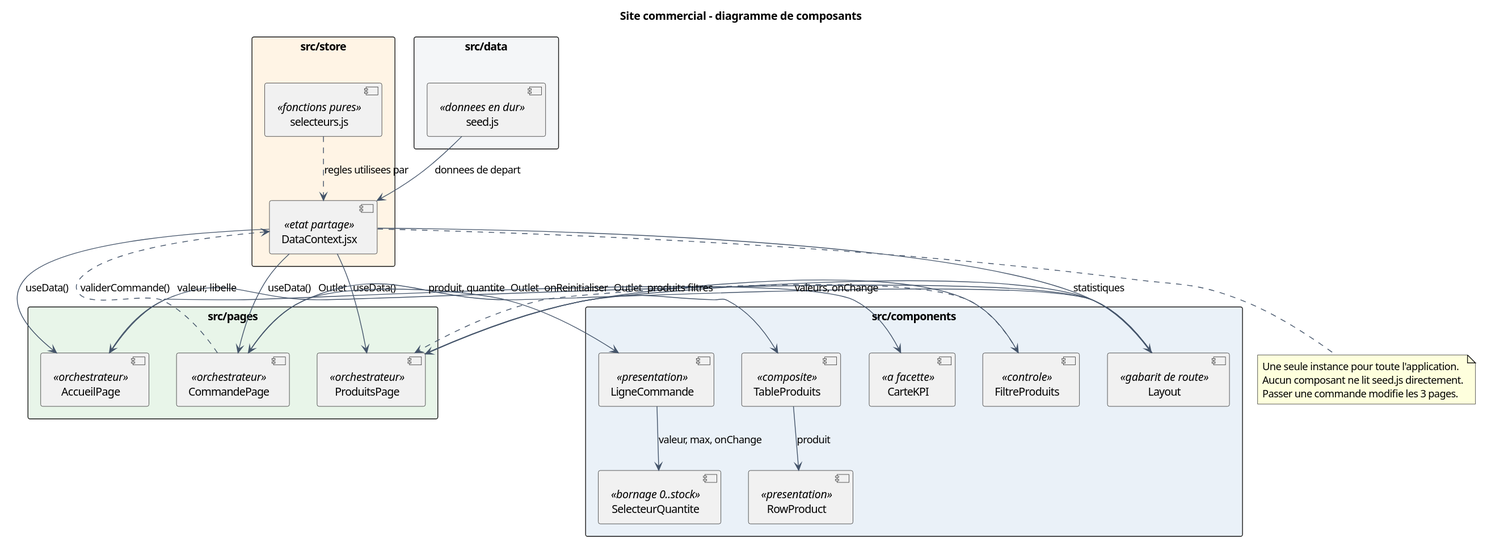
Earlier version of the PlantUML export docs/diagrammes/01-diagramme-composants.svg (wenkais196-Gabriel/mini-projet-site-commercial). Source of this version:
```plantuml
@startuml
title Site commercial  -  diagramme de composants

skinparam componentStyle uml2
skinparam shadowing false
skinparam defaultFontName Segoe UI
skinparam packageStyle rectangle
skinparam ArrowColor #44546A

package "src/data" #F4F6F8 {
  component "seed.js" as Seed <<donnees en dur>>
}

package "src/store" #FFF4E5 {
  component "DataContext.jsx" as Store <<etat partage>>
  component "selecteurs.js" as Sel <<fonctions pures>>
}

package "src/components" #EAF1F8 {
  component "Layout" as Layout <<gabarit de route>>
  component "CarteKPI" as KPI <<a facette>>
  component "FiltreProduits" as Filtre <<controle>>
  component "TableProduits" as Table <<composite>>
  component "RowProduct" as Row <<presentation>>
  component "LigneCommande" as Ligne <<presentation>>
  component "SelecteurQuantite" as SelQ <<bornage 0..stock>>
}

package "src/pages" #E8F5E9 {
  component "AccueilPage" as Accueil <<orchestrateur>>
  component "ProduitsPage" as Produits <<orchestrateur>>
  component "CommandePage" as Commande <<orchestrateur>>
}

Seed --> Store : donnees de depart
Sel ..> Store : regles utilisees par

Store -down-> Accueil : useData()
Store -down-> Produits : useData()
Store -down-> Commande : useData()
Store -down-> Layout : statistiques

Layout -right-> Accueil : Outlet
Layout -right-> Produits : Outlet
Layout -right-> Commande : Outlet

Accueil --> KPI : valeur, libelle

Produits --> Filtre : valeurs, onChange
Produits --> Table : produits filtres
Table --> Row : produit

Commande --> Ligne : produit, quantite
Ligne --> SelQ : valeur, max, onChange

Filtre ..> Produits : onReinitialiser
Commande ..> Store : validerCommande()

note bottom of Store
  Une seule instance pour toute l'application.
  Aucun composant ne lit seed.js directement.
  Passer une commande modifie les 3 pages.
end note
@enduml
```
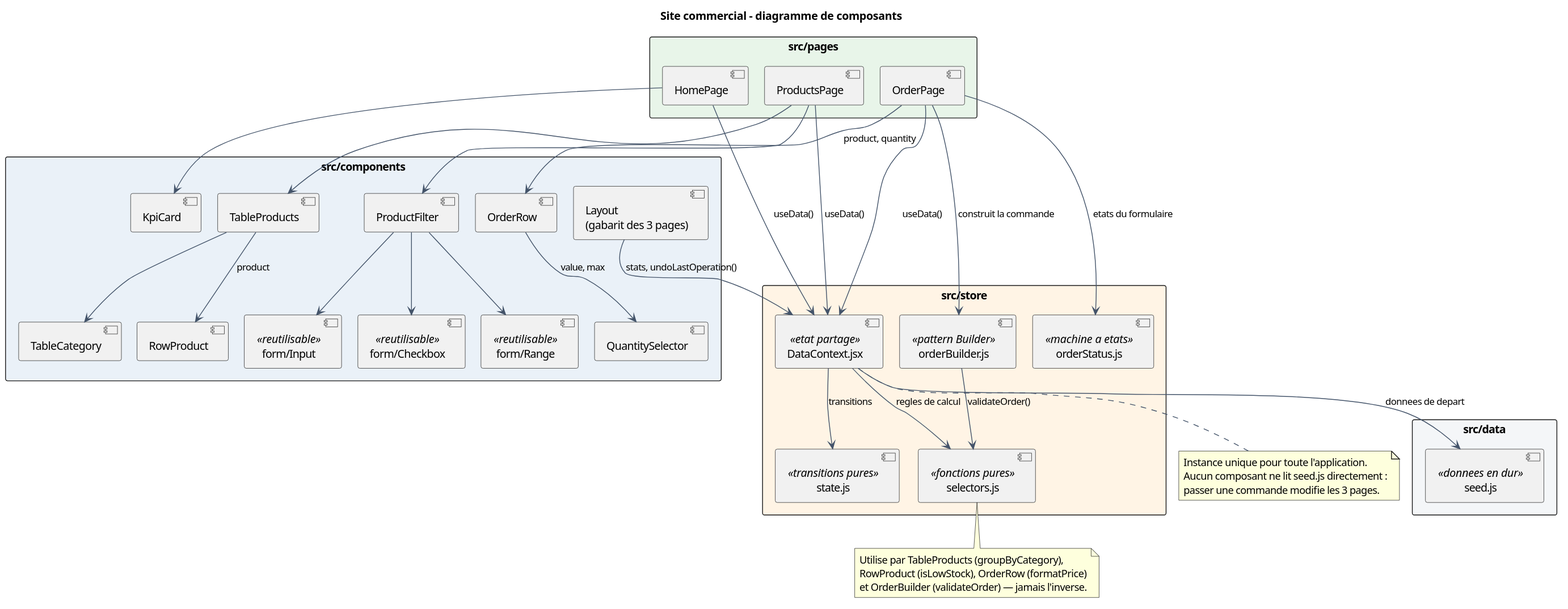
Above is the later version.

Change to the diagram source:
```diff
@@ -6,59 +6,74 @@
 skinparam defaultFontName Segoe UI
 skinparam packageStyle rectangle
 skinparam ArrowColor #44546A
+skinparam ArrowFontSize 12
+skinparam nodesep 20
+skinparam ranksep 50
+
+package "src/pages" #E8F5E9 {
+  component "HomePage" as Accueil
+  component "ProductsPage" as Produits
+  component "OrderPage" as Commande
+}
+
+package "src/components" #EAF1F8 {
+  component "Layout\n(gabarit des 3 pages)" as Layout
+  component "form/Input" as Input <<reutilisable>>
+  component "form/Checkbox" as Check <<reutilisable>>
+  component "form/Range" as Range <<reutilisable>>
+  component "KpiCard" as KPI
+  component "ProductFilter" as Filtre
+  component "TableProducts" as Table
+  component "TableCategory" as Cat
+  component "RowProduct" as Row
+  component "OrderRow" as Ligne
+  component "QuantitySelector" as SelQ
+}
+
+package "src/store" #FFF4E5 {
+  component "DataContext.jsx" as Store <<etat partage>>
+  component "selectors.js" as Sel <<fonctions pures>>
+  component "state.js" as Etat <<transitions pures>>
+  component "orderBuilder.js" as Builder <<pattern Builder>>
+  component "orderStatus.js" as Statut <<machine a etats>>
+}
 
 package "src/data" #F4F6F8 {
   component "seed.js" as Seed <<donnees en dur>>
 }
 
-package "src/store" #FFF4E5 {
-  component "DataContext.jsx" as Store <<etat partage>>
-  component "selecteurs.js" as Sel <<fonctions pures>>
-}
+Accueil --> Store : useData()
+Produits --> Store : useData()
+Commande --> Store : useData()
+Commande --> Builder : construit la commande
+Commande --> Statut : etats du formulaire
+Layout --> Store : stats, undoLastOperation()
 
-package "src/components" #EAF1F8 {
-  component "Layout" as Layout <<gabarit de route>>
-  component "CarteKPI" as KPI <<a facette>>
-  component "FiltreProduits" as Filtre <<controle>>
-  component "TableProduits" as Table <<composite>>
-  component "RowProduct" as Row <<presentation>>
-  component "LigneCommande" as Ligne <<presentation>>
-  component "SelecteurQuantite" as SelQ <<bornage 0..stock>>
-}
+Accueil --> KPI
+Produits --> Filtre
+Produits --> Table
+Filtre --> Input
+Filtre --> Check
+Filtre --> Range
+Table --> Cat
+Table --> Row : product
+Commande --> Ligne : product, quantity
+Ligne --> SelQ : value, max
 
-package "src/pages" #E8F5E9 {
-  component "AccueilPage" as Accueil <<orchestrateur>>
-  component "ProduitsPage" as Produits <<orchestrateur>>
-  component "CommandePage" as Commande <<orchestrateur>>
-}
+Store --> Sel : regles de calcul
+Store --> Etat : transitions
+Store --> Seed : donnees de depart
+Builder --> Sel : validateOrder()
 
-Seed --> Store : donnees de depart
-Sel ..> Store : regles utilisees par
-
-Store -down-> Accueil : useData()
-Store -down-> Produits : useData()
-Store -down-> Commande : useData()
-Store -down-> Layout : statistiques
-
-Layout -right-> Accueil : Outlet
-Layout -right-> Produits : Outlet
-Layout -right-> Commande : Outlet
-
-Accueil --> KPI : valeur, libelle
-
-Produits --> Filtre : valeurs, onChange
-Produits --> Table : produits filtres
-Table --> Row : produit
-
-Commande --> Ligne : produit, quantite
-Ligne --> SelQ : valeur, max, onChange
-
-Filtre ..> Produits : onReinitialiser
-Commande ..> Store : validerCommande()
+note bottom of Sel
+  Utilise par TableProducts (groupByCategory),
+  RowProduct (isLowStock), OrderRow (formatPrice)
+  et OrderBuilder (validateOrder) — jamais l'inverse.
+end note
 
 note bottom of Store
-  Une seule instance pour toute l'application.
-  Aucun composant ne lit seed.js directement.
-  Passer une commande modifie les 3 pages.
+  Instance unique pour toute l'application.
+  Aucun composant ne lit seed.js directement :
+  passer une commande modifie les 3 pages.
 end note
 @enduml
```
